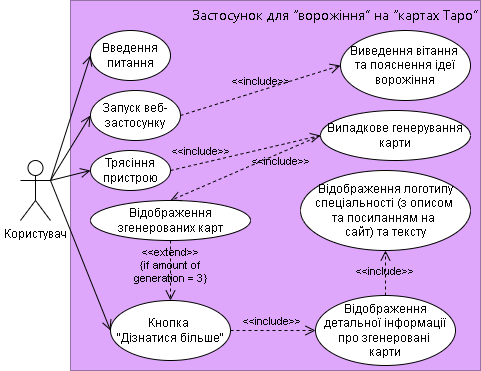
ppc-ntu-khpi/SE-practice-35.1-2024 keeps this draw.io diagram as docs/1.Envisioning/ДіаграмаПрецедентів.png. Above is the earlier version. Source tidied: cells renumbered, new cells last; positions are measured from the earlier drawing's top-left corner, leaving out a move shared by most shapes.
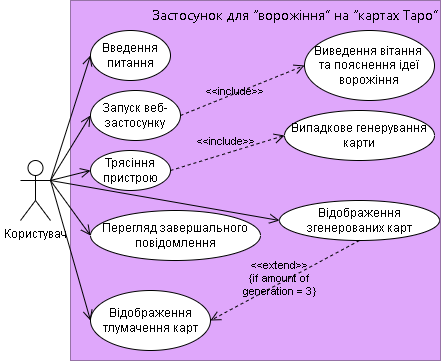
The same file after the commit.

Diff of the diagram source:
```diff
@@ -3,13 +3,13 @@
     <mxCell id="0" />
     <mxCell id="1" parent="0" />
     <mxCell id="2" style="rounded=0;whiteSpace=wrap;html=1;strokeColor=#ffffff;" parent="1" vertex="1">
-      <mxGeometry width="120" height="370" as="geometry" />
+      <mxGeometry width="120" height="360" as="geometry" />
     </mxCell>
     <mxCell id="3" value="Користувач" style="shape=umlActor;verticalLabelPosition=bottom;verticalAlign=top;html=1;outlineConnect=0;" parent="1" vertex="1">
       <mxGeometry x="20" y="160" width="30" height="60" as="geometry" />
     </mxCell>
     <mxCell id="4" value="&lt;span style=&quot;background-color: rgb(223, 167, 251);&quot;&gt;&lt;span style=&quot;font-family: -apple-system, BlinkMacSystemFont, &amp;quot;Segoe UI&amp;quot;, &amp;quot;Noto Sans&amp;quot;, Helvetica, Arial, sans-serif, &amp;quot;Apple Color Emoji&amp;quot;, &amp;quot;Segoe UI Emoji&amp;quot;; text-align: start;&quot;&gt;&lt;font style=&quot;font-size: 14px;&quot;&gt;Застосунок для&amp;nbsp;&lt;/font&gt;&lt;/span&gt;&lt;span style=&quot;font-size: 14px; font-family: -apple-system, BlinkMacSystemFont, &amp;quot;Segoe UI&amp;quot;, &amp;quot;Noto Sans&amp;quot;, Helvetica, Arial, sans-serif, &amp;quot;Apple Color Emoji&amp;quot;, &amp;quot;Segoe UI Emoji&amp;quot;; text-align: start;&quot;&gt;“ворожіння”&amp;nbsp;&lt;/span&gt;&lt;/span&gt;&lt;span style=&quot;font-size: 14px; font-family: -apple-system, BlinkMacSystemFont, &amp;quot;Segoe UI&amp;quot;, &amp;quot;Noto Sans&amp;quot;, Helvetica, Arial, sans-serif, &amp;quot;Apple Color Emoji&amp;quot;, &amp;quot;Segoe UI Emoji&amp;quot;; text-align: start;&quot;&gt;на “&lt;/span&gt;&lt;span style=&quot;font-size: 14px; font-family: -apple-system, BlinkMacSystemFont, &amp;quot;Segoe UI&amp;quot;, &amp;quot;Noto Sans&amp;quot;, Helvetica, Arial, sans-serif, &amp;quot;Apple Color Emoji&amp;quot;, &amp;quot;Segoe UI Emoji&amp;quot;; text-align: start;&quot;&gt;картах &lt;/span&gt;&lt;span style=&quot;font-size: 14px; font-family: -apple-system, BlinkMacSystemFont, &amp;quot;Segoe UI&amp;quot;, &amp;quot;Noto Sans&amp;quot;, Helvetica, Arial, sans-serif, &amp;quot;Apple Color Emoji&amp;quot;, &amp;quot;Segoe UI Emoji&amp;quot;; text-align: start;&quot;&gt;Таро”&lt;/span&gt;" style="rounded=0;whiteSpace=wrap;html=1;align=right;verticalAlign=top;fillColor=#dfa7fb;strokeColor=#9673a6;" parent="1" vertex="1">
-      <mxGeometry x="70" width="410" height="370" as="geometry" />
+      <mxGeometry x="70" width="370" height="360" as="geometry" />
     </mxCell>
     <mxCell id="5" value="Трясіння пристрою" style="ellipse;whiteSpace=wrap;html=1;" parent="1" vertex="1">
       <mxGeometry x="90" y="150" width="80" height="40" as="geometry" />
@@ -18,38 +18,26 @@
       <mxGeometry relative="1" as="geometry" />
     </mxCell>
     <mxCell id="7" value="&amp;lt;&amp;lt;include&amp;gt;&amp;gt;" style="endArrow=open;startArrow=none;endFill=0;startFill=0;endSize=8;html=1;verticalAlign=bottom;dashed=1;labelBackgroundColor=none;rounded=0;exitX=1;exitY=0.5;exitDx=0;exitDy=0;entryX=0;entryY=0.5;entryDx=0;entryDy=0;" parent="1" edge="1" source="5" target="8">
-      <mxGeometry x="-0.59" y="3" relative="1" as="geometry" />
+      <mxGeometry x="-0.02" y="3" relative="1" as="geometry" />
     </mxCell>
     <mxCell id="8" value="Випадкове генерування карти" style="ellipse;whiteSpace=wrap;html=1;" parent="1" vertex="1">
-      <mxGeometry x="320" y="110" width="150" height="50" as="geometry" />
+      <mxGeometry x="284" y="110" width="150" height="50" as="geometry" />
     </mxCell>
-    <mxCell id="9" value="Відображення детальної інформації про&amp;nbsp;&lt;span style=&quot;background-color: initial;&quot;&gt;згенеровані&amp;nbsp;&lt;/span&gt;&lt;div&gt;&lt;span style=&quot;background-color: initial;&quot;&gt;карти&lt;/span&gt;&lt;/div&gt;" style="ellipse;whiteSpace=wrap;html=1;" parent="1" vertex="1">
-      <mxGeometry x="315" y="295" width="140" height="70" as="geometry" />
-    </mxCell>
     <mxCell id="10" value="Відображення згенерованих&amp;nbsp;&lt;span style=&quot;background-color: initial;&quot;&gt;карт&lt;/span&gt;" style="ellipse;whiteSpace=wrap;html=1;" parent="1" vertex="1">
-      <mxGeometry x="90" y="200" width="160" height="40" as="geometry" />
+      <mxGeometry x="279" y="200" width="160" height="40" as="geometry" />
     </mxCell>
-    <mxCell id="11" value="&amp;lt;&amp;lt;include&amp;gt;&amp;gt;" style="endArrow=open;startArrow=none;endFill=0;startFill=0;endSize=8;html=1;verticalAlign=bottom;dashed=1;labelBackgroundColor=none;rounded=0;entryX=0.5;entryY=0;entryDx=0;entryDy=0;exitX=0;exitY=0.5;exitDx=0;exitDy=0;" parent="1" edge="1" source="8" target="10">
-      <mxGeometry x="-0.38" y="16" relative="1" as="geometry" />
-    </mxCell>
-    <mxCell id="12" value="&lt;&lt;include&gt;&gt;" style="endArrow=open;startArrow=none;endFill=0;startFill=0;endSize=8;verticalAlign=bottom;dashed=1;labelBackgroundColor=none;rounded=0;exitX=1;exitY=0.5;exitDx=0;exitDy=0;entryX=0;entryY=0.5;entryDx=0;entryDy=0;" parent="1" edge="1" source="13" target="9">
-      <mxGeometry relative="1" as="geometry" />
-    </mxCell>
-    <mxCell id="13" value="Кнопка&amp;nbsp;&lt;div&gt;&quot;Дізнатися більше&quot;&lt;/div&gt;" style="ellipse;whiteSpace=wrap;html=1;" parent="1" vertex="1">
-      <mxGeometry x="110" y="300" width="120" height="60" as="geometry" />
+    <mxCell id="13" value="Відображення тлумачення карт" style="ellipse;whiteSpace=wrap;html=1;" parent="1" vertex="1">
+      <mxGeometry x="90" y="290" width="120" height="60" as="geometry" />
     </mxCell>
-    <mxCell id="14" value="&lt;&lt;extend&gt;&gt;&#10;{if amount of&#10;generation = 3}" style="endArrow=open;startArrow=none;endFill=0;startFill=0;endSize=8;verticalAlign=bottom;dashed=1;labelBackgroundColor=none;rounded=0;exitX=0.5;exitY=1;exitDx=0;exitDy=0;entryX=0.5;entryY=0;entryDx=0;entryDy=0;" parent="1" edge="1" source="10" target="13">
-      <mxGeometry x="0.56" relative="1" as="geometry" />
+    <mxCell id="14" value="&lt;&lt;extend&gt;&gt;&#10;{if amount of&#10;generation = 3}" style="endArrow=open;startArrow=none;endFill=0;startFill=0;endSize=8;verticalAlign=bottom;dashed=1;labelBackgroundColor=none;rounded=0;exitX=0.5;exitY=1;exitDx=0;exitDy=0;entryX=1;entryY=0.5;entryDx=0;entryDy=0;" parent="1" edge="1" source="10" target="13">
+      <mxGeometry x="0.16" y="15" relative="1" as="geometry" />
     </mxCell>
     <mxCell id="15" style="endArrow=open;startArrow=none;endFill=0;startFill=0;endSize=8;html=1;verticalAlign=bottom;labelBackgroundColor=none;strokeWidth=1;rounded=0;exitX=1;exitY=0.3333333333333333;exitDx=0;exitDy=0;exitPerimeter=0;entryX=0;entryY=0.5;entryDx=0;entryDy=0;" parent="1" edge="1" source="3" target="13">
       <mxGeometry relative="1" as="geometry" />
     </mxCell>
-    <mxCell id="16" value="Відображення логотипу спеціальності (з описом&amp;nbsp;&lt;div&gt;та посиланням на&amp;nbsp;&lt;/div&gt;&lt;div&gt;сайт) та тексту&lt;/div&gt;" style="ellipse;whiteSpace=wrap;html=1;" parent="1" vertex="1">
-      <mxGeometry x="300" y="170" width="170" height="80" as="geometry" />
+    <mxCell id="16" value="Перегляд завершального повідомлення" style="ellipse;whiteSpace=wrap;html=1;" parent="1" vertex="1">
+      <mxGeometry x="90" y="210" width="170" height="50" as="geometry" />
     </mxCell>
-    <mxCell id="17" value="&lt;&lt;include&gt;&gt;" style="endArrow=open;startArrow=none;endFill=0;startFill=0;endSize=8;verticalAlign=bottom;dashed=1;labelBackgroundColor=none;rounded=0;exitX=0.5;exitY=0;exitDx=0;exitDy=0;entryX=0.5;entryY=1;entryDx=0;entryDy=0;" parent="1" edge="1" source="9" target="16">
-      <mxGeometry x="-0.33" relative="1" as="geometry" />
-    </mxCell>
     <mxCell id="18" value="Введення&lt;div&gt;питання&lt;/div&gt;" style="ellipse;whiteSpace=wrap;html=1;" parent="1" vertex="1">
       <mxGeometry x="90" y="30" width="80" height="50" as="geometry" />
     </mxCell>
@@ -57,7 +45,7 @@
       <mxGeometry relative="1" as="geometry" />
     </mxCell>
     <mxCell id="20" value="Виведення вітання&amp;nbsp;&lt;div&gt;та пояснення ідеї ворожіння&lt;/div&gt;" style="ellipse;whiteSpace=wrap;html=1;" parent="1" vertex="1">
-      <mxGeometry x="340" y="30" width="130" height="70" as="geometry" />
+      <mxGeometry x="304" y="30" width="130" height="70" as="geometry" />
     </mxCell>
     <mxCell id="21" value="Запуск веб-застосунку" style="ellipse;whiteSpace=wrap;html=1;" parent="1" vertex="1">
       <mxGeometry x="90" y="90" width="90" height="50" as="geometry" />
@@ -66,7 +54,13 @@
       <mxGeometry relative="1" as="geometry" />
     </mxCell>
     <mxCell id="23" value="&amp;lt;&amp;lt;include&amp;gt;&amp;gt;" style="endArrow=open;startArrow=none;endFill=0;startFill=0;endSize=8;html=1;verticalAlign=bottom;dashed=1;labelBackgroundColor=none;rounded=0;exitX=1;exitY=0.5;exitDx=0;exitDy=0;entryX=0;entryY=0.5;entryDx=0;entryDy=0;" parent="1" edge="1" source="21" target="20">
-      <mxGeometry relative="1" as="geometry" />
+      <mxGeometry x="-0.17" y="-6" relative="1" as="geometry" />
     </mxCell>
+    <mxCell id="24" style="endArrow=open;startArrow=none;endFill=0;startFill=0;endSize=8;html=1;verticalAlign=bottom;labelBackgroundColor=none;strokeWidth=1;rounded=0;exitX=1;exitY=0.3333333333333333;exitDx=0;exitDy=0;exitPerimeter=0;entryX=0;entryY=0.5;entryDx=0;entryDy=0;" parent="1" edge="1" source="3" target="10">
+      <mxGeometry relative="1" as="geometry" />
+    </mxCell>
+    <mxCell id="25" style="endArrow=open;startArrow=none;endFill=0;startFill=0;endSize=8;html=1;verticalAlign=bottom;labelBackgroundColor=none;strokeWidth=1;rounded=0;exitX=1;exitY=0.3333333333333333;exitDx=0;exitDy=0;exitPerimeter=0;entryX=0;entryY=0.5;entryDx=0;entryDy=0;" parent="1" edge="1" source="3" target="16">
+      <mxGeometry relative="1" as="geometry" />
+    </mxCell>
   </root>
 </mxGraphModel>
```
